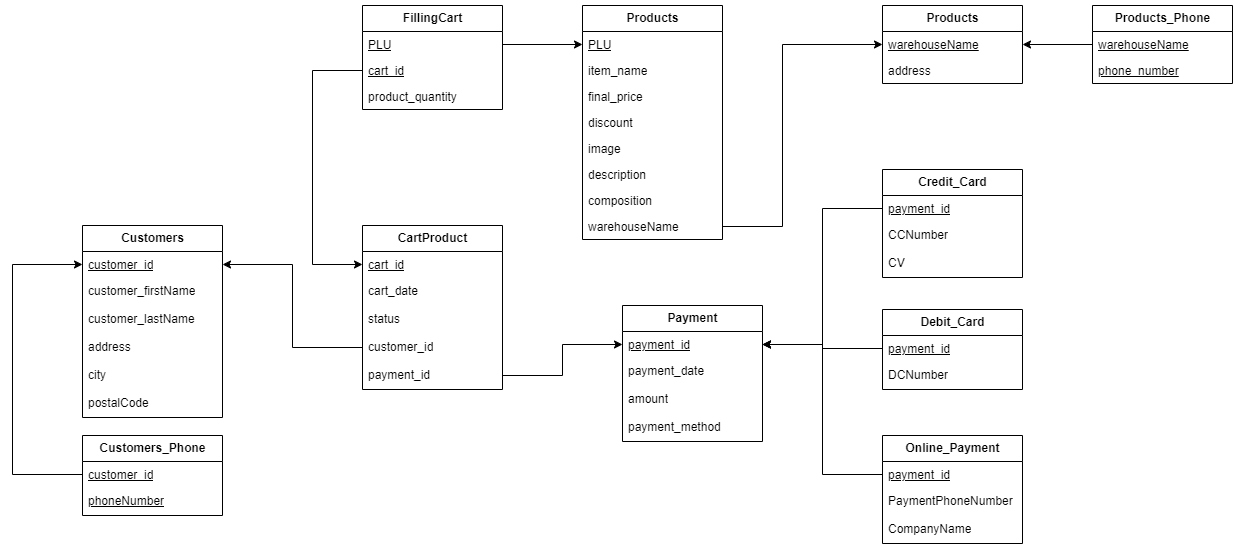
Earlier version of the draw.io export Data Storing/design/Relational Diagram Indomaret.drawio.png (wargabasdat/Seleksi-2023-Tugas-1). Source tidied: cells renumbered, new cells last; positions are measured from the earlier drawing's top-left corner, leaving out a move shared by most shapes.
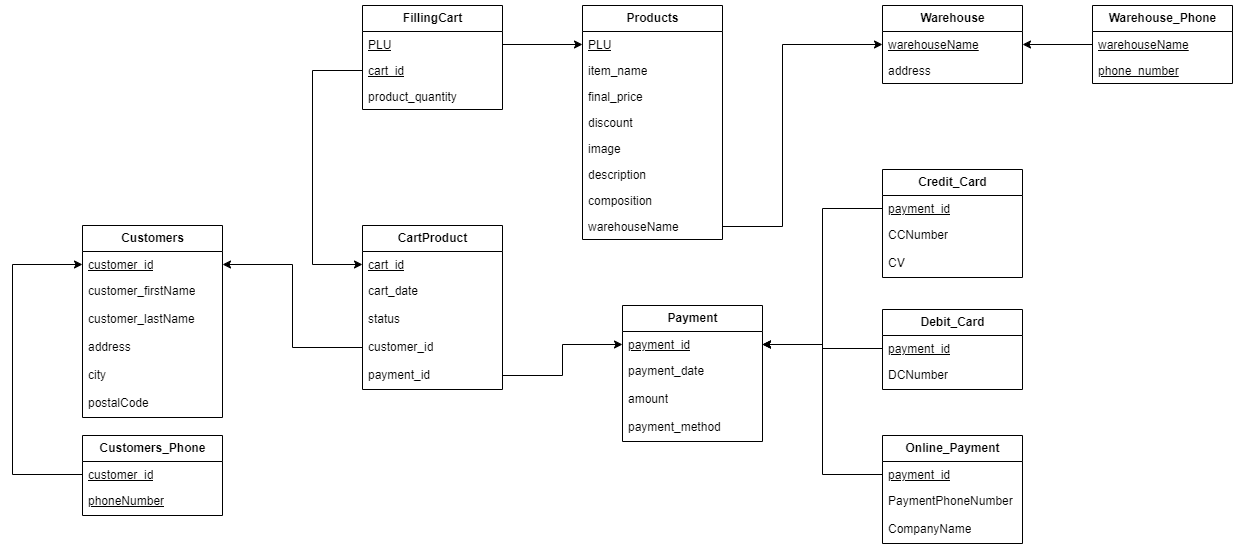
After the commit.

Diff of the diagram source:
```diff
@@ -29,7 +29,7 @@
     <mxCell id="10" value="warehouseName" style="text;strokeColor=none;fillColor=none;align=left;verticalAlign=top;spacingLeft=4;spacingRight=4;overflow=hidden;points=[[0,0.5],[1,0.5]];portConstraint=eastwest;whiteSpace=wrap;html=1;" parent="2" vertex="1">
       <mxGeometry y="208" width="140" height="26" as="geometry" />
     </mxCell>
-    <mxCell id="11" value="&lt;b&gt;Products&lt;/b&gt;" style="swimlane;fontStyle=0;horizontal=1;startSize=26;fillColor=none;html=1;" parent="1" vertex="1">
+    <mxCell id="11" value="&lt;b&gt;Warehouse&lt;/b&gt;" style="swimlane;fontStyle=0;horizontal=1;startSize=26;fillColor=none;html=1;" parent="1" vertex="1">
       <mxGeometry x="870" width="140" height="78" as="geometry" />
     </mxCell>
     <mxCell id="12" value="&lt;u&gt;warehouseName&lt;/u&gt;" style="text;strokeColor=none;fillColor=none;align=left;verticalAlign=top;spacingLeft=4;spacingRight=4;overflow=hidden;points=[[0,0.5],[1,0.5]];portConstraint=eastwest;whiteSpace=wrap;html=1;" parent="11" vertex="1">
@@ -38,7 +38,7 @@
     <mxCell id="13" value="address" style="text;strokeColor=none;fillColor=none;align=left;verticalAlign=top;spacingLeft=4;spacingRight=4;overflow=hidden;whiteSpace=wrap;html=1;" parent="11" vertex="1">
       <mxGeometry y="52" width="140" height="26" as="geometry" />
     </mxCell>
-    <mxCell id="14" value="&lt;b&gt;Products_Phone&lt;/b&gt;" style="swimlane;fontStyle=0;horizontal=1;startSize=26;fillColor=none;html=1;" parent="1" vertex="1">
+    <mxCell id="14" value="&lt;b&gt;Warehouse_Phone&lt;/b&gt;" style="swimlane;fontStyle=0;horizontal=1;startSize=26;fillColor=none;html=1;" parent="1" vertex="1">
       <mxGeometry x="1080" width="140" height="78" as="geometry" />
     </mxCell>
     <mxCell id="15" value="&lt;u&gt;warehouseName&lt;/u&gt;" style="text;strokeColor=none;fillColor=none;align=left;verticalAlign=top;spacingLeft=4;spacingRight=4;overflow=hidden;points=[[0,0.5],[1,0.5]];portConstraint=eastwest;whiteSpace=wrap;html=1;" parent="14" vertex="1">
```
